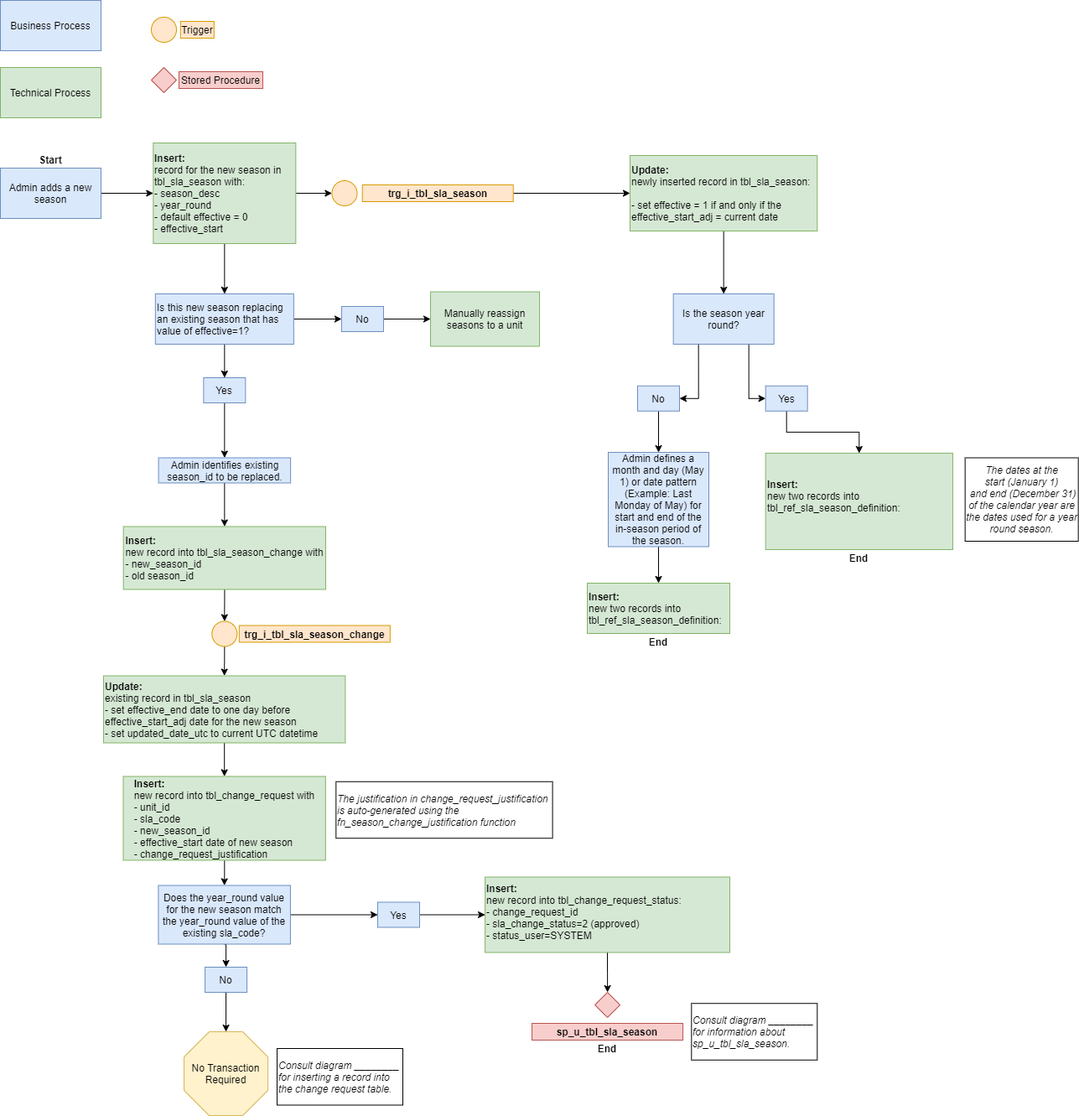
Earlier version of the draw.io export images/trg_season_change.png (NYC-Parks/SLADB). Source tidied: cells renumbered, new cells last; positions are measured from the earlier drawing's top-left corner, leaving out a move shared by most shapes.
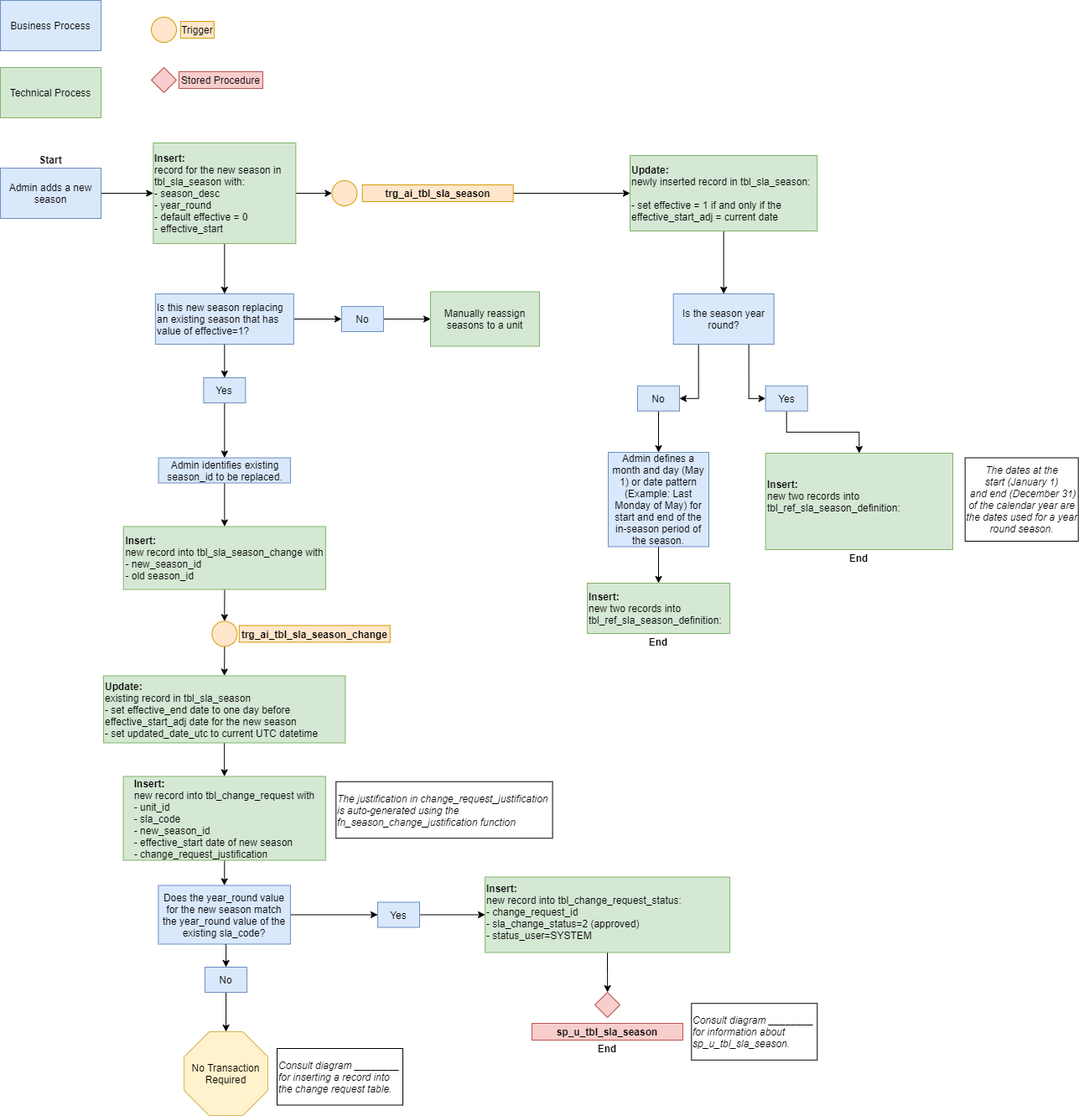
After the commit.

What changed in the source:
```diff
@@ -83,7 +83,7 @@
     <mxCell id="28" style="ellipse;whiteSpace=wrap;html=1;fillColor=#ffe6cc;strokeColor=#d79b00;" parent="1" vertex="1">
       <mxGeometry x="252.3" y="740.5" width="30" height="30" as="geometry" />
     </mxCell>
-    <mxCell id="29" value="&lt;b&gt;trg_i_tbl_sla_season_change&lt;/b&gt;" style="text;html=1;strokeColor=#d79b00;fillColor=#ffe6cc;align=center;verticalAlign=middle;whiteSpace=wrap;rounded=0;" parent="1" vertex="1">
+    <mxCell id="29" value="&lt;b&gt;trg_ai_tbl_sla_season_change&lt;/b&gt;" style="text;html=1;strokeColor=#d79b00;fillColor=#ffe6cc;align=center;verticalAlign=middle;whiteSpace=wrap;rounded=0;" parent="1" vertex="1">
       <mxGeometry x="284.8" y="745.5" width="180" height="20" as="geometry" />
     </mxCell>
     <mxCell id="30" style="edgeStyle=orthogonalEdgeStyle;rounded=0;jettySize=auto;html=1;entryX=0.5;entryY=0;entryDx=0;entryDy=0;" parent="1" edge="1" source="31" target="35">
@@ -149,7 +149,7 @@
     <mxCell id="50" style="edgeStyle=orthogonalEdgeStyle;rounded=0;jettySize=auto;html=1;exitX=1;exitY=0.5;exitDx=0;exitDy=0;" parent="1" edge="1" source="51" target="53">
       <mxGeometry relative="1" as="geometry" />
     </mxCell>
-    <mxCell id="51" value="&lt;b&gt;trg_i_tbl_sla_season&lt;/b&gt;" style="text;html=1;strokeColor=#d79b00;fillColor=#ffe6cc;align=center;verticalAlign=middle;whiteSpace=wrap;rounded=0;" parent="1" vertex="1">
+    <mxCell id="51" value="&lt;b&gt;trg_ai_tbl_sla_season&lt;/b&gt;" style="text;html=1;strokeColor=#d79b00;fillColor=#ffe6cc;align=center;verticalAlign=middle;whiteSpace=wrap;rounded=0;" parent="1" vertex="1">
       <mxGeometry x="431.7" y="220" width="180" height="20" as="geometry" />
     </mxCell>
     <mxCell id="52" style="edgeStyle=orthogonalEdgeStyle;rounded=0;jettySize=auto;html=1;exitX=0.5;exitY=1;exitDx=0;exitDy=0;" parent="1" edge="1" source="53" target="57">
```
